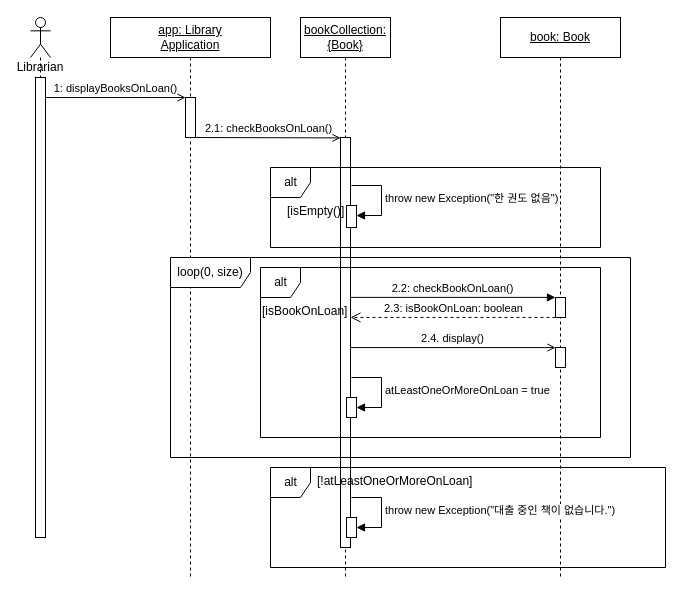
Earlier version of the draw.io diagram UML/SD4 Display books on loan.drawio (Halozhan/2023-2-LibraryApplication). Source tidied: cells renumbered, new cells numbered last; positions are measured from the earlier drawing's top-left corner, leaving out a move shared by most shapes. Both pictures are drawn from the tidied source at 100%, with x=0, y=0 at pixel (30, 17).
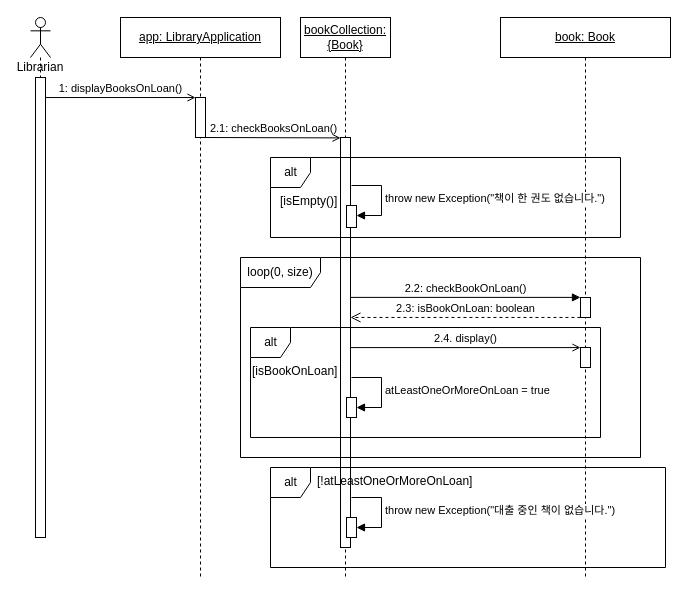
Above is the later version.

Unchanged cells that the change refers to:
```xml
<mxCell id="14" value="&lt;u&gt;bookCollection: {Book}&lt;/u&gt;" style="shape=umlLifeline;perimeter=lifelinePerimeter;whiteSpace=wrap;html=1;" parent="1" vertex="1">
  <mxGeometry x="270" width="90" height="560" as="geometry" />
</mxCell>
<mxCell id="16" style="html=1;points=[[0,0,0,0,5],[0,1,0,0,-5],[1,0,0,0,5],[1,1,0,0,-5]];perimeter=orthogonalPerimeter;outlineConnect=0;targetShapes=umlLifeline;portConstraint=eastwest;newEdgeStyle={&quot;curved&quot;:0,&quot;rounded&quot;:0};" parent="14" vertex="1">
  <mxGeometry x="46" y="188" width="10" height="22" as="geometry" />
</mxCell>
```

Change to the diagram source:
```diff
@@
-    <mxCell id="5" value="&lt;u&gt;app: Library&lt;br&gt;Application&lt;/u&gt;" style="shape=umlLifeline;perimeter=lifelinePerimeter;whiteSpace=wrap;html=1;" parent="1" vertex="1">
-      <mxGeometry x="80" width="160" height="560" as="geometry" />
+    <mxCell id="5" value="&lt;u&gt;app: LibraryApplication&lt;/u&gt;" style="shape=umlLifeline;perimeter=lifelinePerimeter;whiteSpace=wrap;html=1;" parent="1" vertex="1">
+      <mxGeometry x="90" width="160" height="560" as="geometry" />
     </mxCell>
@@
     <mxCell id="7" value="&lt;u style=&quot;&quot;&gt;book: Book&lt;/u&gt;" style="shape=umlLifeline;perimeter=lifelinePerimeter;whiteSpace=wrap;html=1;" parent="1" vertex="1">
-      <mxGeometry x="470" width="120" height="560" as="geometry" />
+      <mxGeometry x="470" width="170" height="560" as="geometry" />
     </mxCell>
     <mxCell id="8" style="html=1;points=[];perimeter=orthogonalPerimeter;" parent="7" vertex="1">
-      <mxGeometry x="55" y="280" width="10" height="20" as="geometry" />
+      <mxGeometry x="80" y="280" width="10" height="20" as="geometry" />
     </mxCell>
     <mxCell id="9" style="html=1;points=[];perimeter=orthogonalPerimeter;" parent="7" vertex="1">
-      <mxGeometry x="55" y="330" width="10" height="20" as="geometry" />
+      <mxGeometry x="80" y="330" width="10" height="20" as="geometry" />
     </mxCell>
@@
-    <mxCell id="17" value="throw new Exception(&quot;한 권도 없음&quot;)" style="html=1;align=left;spacingLeft=2;endArrow=block;rounded=0;edgeStyle=orthogonalEdgeStyle;curved=0;rounded=0;" parent="14" edge="1" target="16">
+    <mxCell id="17" value="throw new Exception(&quot;책이 한 권도 없습니다.&quot;)" style="html=1;align=left;spacingLeft=2;endArrow=block;rounded=0;edgeStyle=orthogonalEdgeStyle;curved=0;rounded=0;" parent="14" edge="1" target="16">
       <mxGeometry relative="1" as="geometry">
         <mxPoint x="51" y="168" as="sourcePoint" />
         <Array as="points">
           <mxPoint x="81" y="198" />
         </Array>
       </mxGeometry>
     </mxCell>
@@
+    <mxCell id="28" value="alt" style="shape=umlFrame;tabWidth=110;tabHeight=30;tabPosition=left;html=1;boundedLbl=1;labelInHeader=1;width=40;height=30;" parent="1" vertex="1">
+      <mxGeometry x="240" y="450" width="395" height="100" as="geometry" />
+    </mxCell>
+    <mxCell id="29" value="[!atLeastOneOrMoreOnLoan]" style="text;" parent="28" vertex="1">
+      <mxGeometry width="100" height="20" relative="1" as="geometry">
+        <mxPoint x="45" as="offset" />
+      </mxGeometry>
+    </mxCell>
     <mxCell id="23" value="alt" style="shape=umlFrame;tabWidth=110;tabHeight=30;tabPosition=left;html=1;boundedLbl=1;labelInHeader=1;width=40;height=30;" parent="1" vertex="1">
-      <mxGeometry x="240" y="150" width="330" height="80" as="geometry" />
+      <mxGeometry x="240" y="140" width="350" height="80" as="geometry" />
     </mxCell>
     <mxCell id="24" value="[isEmpty()]" style="text;" parent="23" vertex="1">
       <mxGeometry width="100" height="20" relative="1" as="geometry">
-        <mxPoint x="15" y="30" as="offset" />
+        <mxPoint x="8" y="30" as="offset" />
       </mxGeometry>
     </mxCell>
     <mxCell id="25" value="alt" style="shape=umlFrame;tabWidth=110;tabHeight=30;tabPosition=left;html=1;boundedLbl=1;labelInHeader=1;width=40;height=30;" parent="1" vertex="1">
-      <mxGeometry x="230" y="250" width="340" height="170" as="geometry" />
+      <mxGeometry x="220" y="310" width="350" height="110" as="geometry" />
     </mxCell>
@@
     <mxCell id="27" value="loop(0, size)" style="shape=umlFrame;whiteSpace=wrap;html=1;width=80;height=30;" parent="1" vertex="1">
-      <mxGeometry x="140" y="240" width="460" height="200" as="geometry" />
+      <mxGeometry x="210" y="240" width="400" height="200" as="geometry" />
     </mxCell>
-    <mxCell id="28" value="alt" style="shape=umlFrame;tabWidth=110;tabHeight=30;tabPosition=left;html=1;boundedLbl=1;labelInHeader=1;width=40;height=30;" parent="1" vertex="1">
-      <mxGeometry x="240" y="450" width="395" height="100" as="geometry" />
-    </mxCell>
-    <mxCell id="29" value="[!atLeastOneOrMoreOnLoan]" style="text;" parent="28" vertex="1">
-      <mxGeometry width="100" height="20" relative="1" as="geometry">
-        <mxPoint x="45" as="offset" />
-      </mxGeometry>
-    </mxCell>
```
